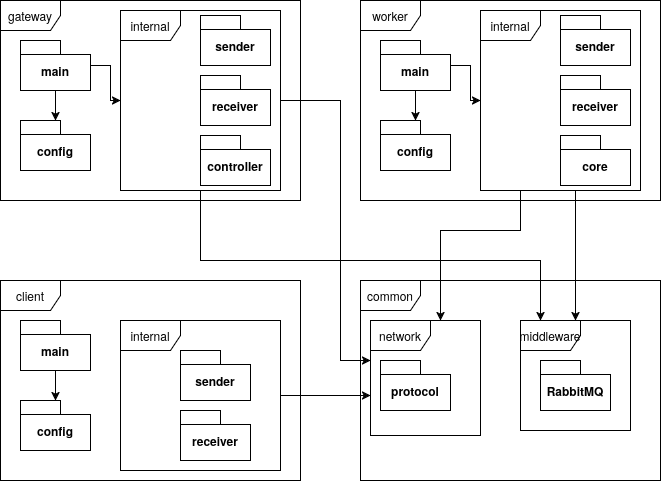
The draw.io diagram diagrams/Distribuidos - TP Diseño-Paquetes simplified.drawio.png in mrti259/fiuba-tp-template, before a commit. Source tidied: cells renumbered, new cells last; positions are measured from the earlier drawing's top-left corner, leaving out a move shared by most shapes.
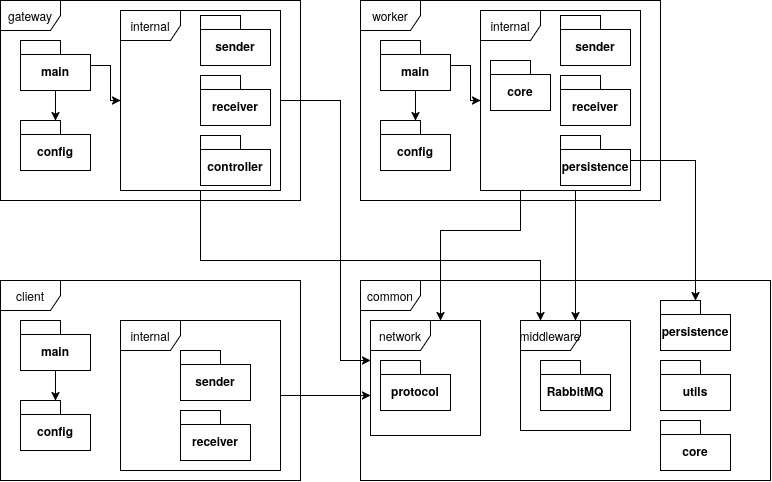
Above is the later version.

Commit message:
TP diseño: elimina sinks, EOFBarrier en DAG; tareas por etapa con estimados

Change to the diagram source:
```diff
@@ -30,7 +30,7 @@
       <mxGeometry x="380" y="120" width="70" height="50" as="geometry" />
     </mxCell>
     <mxCell id="11" value="common" style="shape=umlFrame;whiteSpace=wrap;html=1;" parent="1" vertex="1">
-      <mxGeometry x="360" y="280" width="300" height="200" as="geometry" />
+      <mxGeometry x="360" y="280" width="410" height="200" as="geometry" />
     </mxCell>
     <mxCell id="12" value="network" style="shape=umlFrame;whiteSpace=wrap;html=1;" parent="1" vertex="1">
       <mxGeometry x="370" y="320" width="110" height="115" as="geometry" />
@@ -80,7 +80,10 @@
     <mxCell id="22" value="receiver" style="shape=folder;fontStyle=1;spacingTop=10;tabWidth=40;tabHeight=14;tabPosition=left;html=1;whiteSpace=wrap;" parent="1" vertex="1">
       <mxGeometry x="560" y="75" width="70" height="50" as="geometry" />
     </mxCell>
+    <mxCell id="37" style="edgeStyle=orthogonalEdgeStyle;rounded=0;jettySize=auto;html=1;" parent="1" edge="1" source="23" target="38">
+      <mxGeometry relative="1" as="geometry" />
+    </mxCell>
-    <mxCell id="23" value="core" style="shape=folder;fontStyle=1;spacingTop=10;tabWidth=40;tabHeight=14;tabPosition=left;html=1;whiteSpace=wrap;" parent="1" vertex="1">
+    <mxCell id="23" value="persistence" style="shape=folder;fontStyle=1;spacingTop=10;tabWidth=40;tabHeight=14;tabPosition=left;html=1;whiteSpace=wrap;" parent="1" vertex="1">
       <mxGeometry x="560" y="135" width="70" height="50" as="geometry" />
     </mxCell>
     <mxCell id="24" value="gateway" style="shape=umlFrame;whiteSpace=wrap;html=1;" parent="1" vertex="1">
@@ -132,5 +135,17 @@
     <mxCell id="36" value="RabbitMQ" style="shape=folder;fontStyle=1;spacingTop=10;tabWidth=40;tabHeight=14;tabPosition=left;html=1;whiteSpace=wrap;" parent="1" vertex="1">
       <mxGeometry x="540" y="360" width="70" height="50" as="geometry" />
     </mxCell>
+    <mxCell id="38" value="persistence" style="shape=folder;fontStyle=1;spacingTop=10;tabWidth=40;tabHeight=14;tabPosition=left;html=1;whiteSpace=wrap;" parent="1" vertex="1">
+      <mxGeometry x="660" y="300" width="70" height="50" as="geometry" />
+    </mxCell>
+    <mxCell id="39" value="core" style="shape=folder;fontStyle=1;spacingTop=10;tabWidth=40;tabHeight=14;tabPosition=left;html=1;whiteSpace=wrap;" parent="1" vertex="1">
+      <mxGeometry x="490" y="60" width="60" height="50" as="geometry" />
+    </mxCell>
+    <mxCell id="40" value="utils" style="shape=folder;fontStyle=1;spacingTop=10;tabWidth=40;tabHeight=14;tabPosition=left;html=1;whiteSpace=wrap;" parent="1" vertex="1">
+      <mxGeometry x="660" y="360" width="70" height="50" as="geometry" />
+    </mxCell>
+    <mxCell id="41" value="core" style="shape=folder;fontStyle=1;spacingTop=10;tabWidth=40;tabHeight=14;tabPosition=left;html=1;whiteSpace=wrap;" parent="1" vertex="1">
+      <mxGeometry x="660" y="420" width="70" height="50" as="geometry" />
+    </mxCell>
   </root>
 </mxGraphModel>
```
